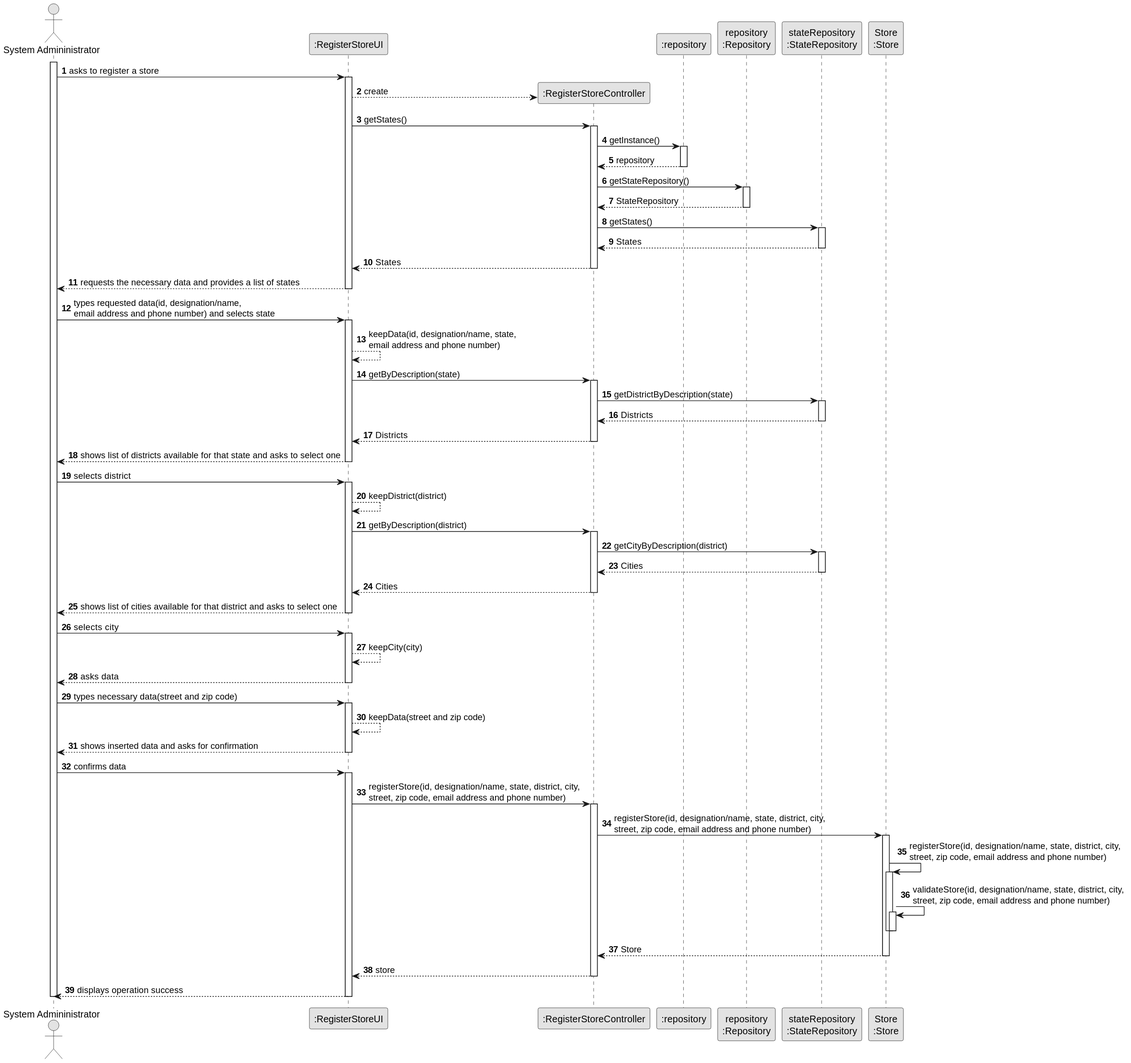
This is docs/sprintB/US05/03.design/svg/us05-sequence-diagram-full.svg from PureNimble/ISEP-LAPR2, a PlantUML export, as it was before one commit.
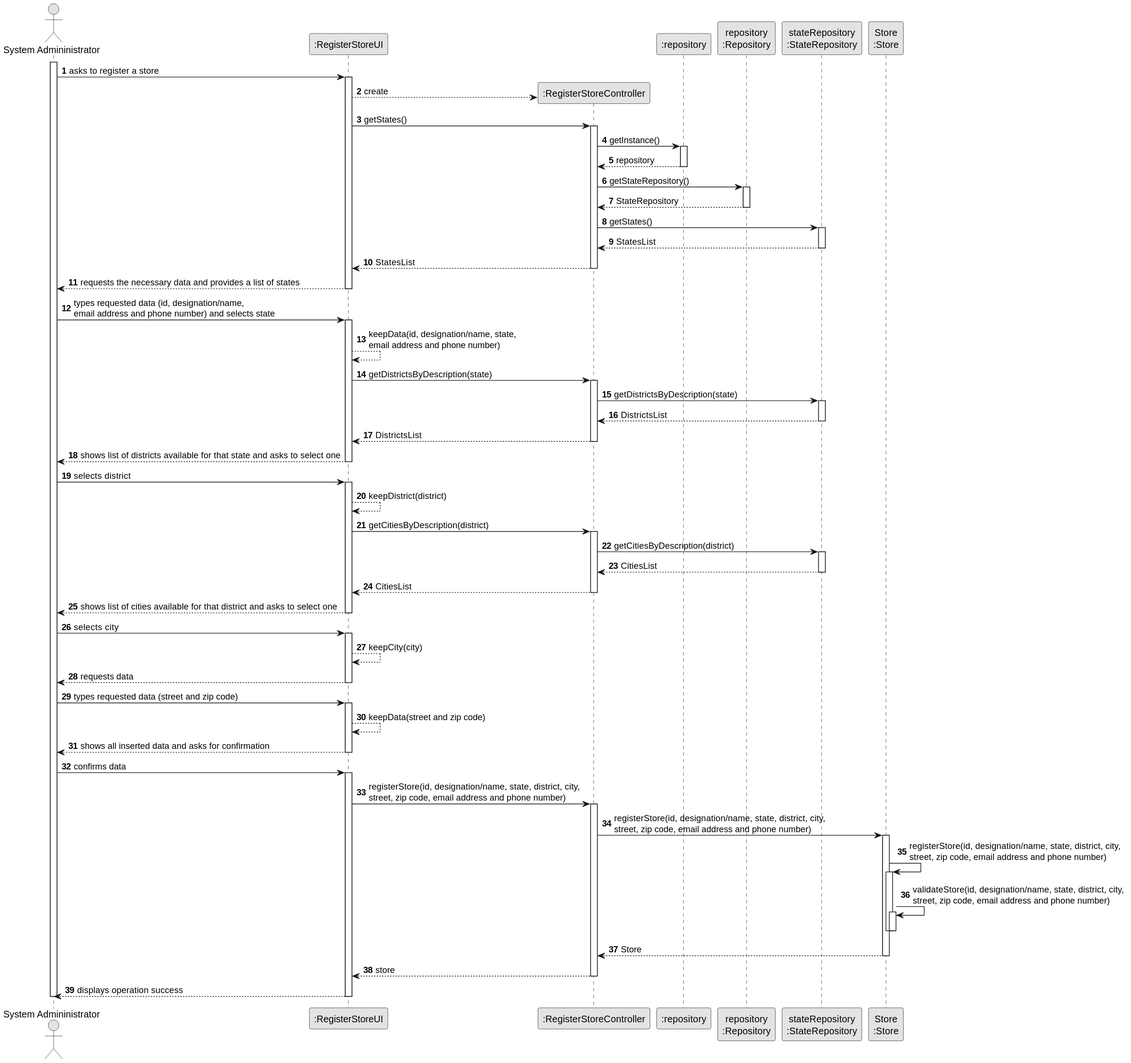
The same file after the commit.

Diff of the diagram source:
```diff
@@ -38,23 +38,23 @@
             deactivate repository
                 RegisterStoreController -> StateRepository : getStates()
                     activate StateRepository
-                        StateRepository --> RegisterStoreController : States
+                        StateRepository --> RegisterStoreController : StatesList
                     deactivate StateRepository
-                RegisterStoreController --> RegisterStoreUI : States
+                RegisterStoreController --> RegisterStoreUI : StatesList
             deactivate RegisterStoreController
             RegisterStoreUI --> Admin : requests the necessary data and provides a list of states
         deactivate RegisterStoreUI
 
-    Admin -> RegisterStoreUI : types requested data(id, designation/name, \nemail address and phone number) and selects state
+    Admin -> RegisterStoreUI : types requested data (id, designation/name, \nemail address and phone number) and selects state
         activate RegisterStoreUI
         RegisterStoreUI --> RegisterStoreUI : keepData(id, designation/name, state, \nemail address and phone number)
-            RegisterStoreUI -> RegisterStoreController : getByDescription(state)
+            RegisterStoreUI -> RegisterStoreController : getDistrictsByDescription(state)
                 activate RegisterStoreController
-                            RegisterStoreController -> StateRepository : getDistrictByDescription(state)
+                            RegisterStoreController -> StateRepository : getDistrictsByDescription(state)
                         activate StateRepository
-                        StateRepository --> RegisterStoreController : Districts
+                        StateRepository --> RegisterStoreController : DistrictsList
                         deactivate StateRepository
-                    RegisterStoreController --> RegisterStoreUI : Districts
+                    RegisterStoreController --> RegisterStoreUI : DistrictsList
                 deactivate RegisterStoreController
             RegisterStoreUI --> Admin : shows list of districts available for that state and asks to select one
         deactivate RegisterStoreUI
@@ -62,27 +62,27 @@
     Admin -> RegisterStoreUI : selects district
         activate RegisterStoreUI
         RegisterStoreUI --> RegisterStoreUI : keepDistrict(district)
-        RegisterStoreUI -> RegisterStoreController : getByDescription(district)
+        RegisterStoreUI -> RegisterStoreController : getCitiesByDescription(district)
             activate RegisterStoreController
-                        RegisterStoreController -> StateRepository : getCityByDescription(district)
+                        RegisterStoreController -> StateRepository : getCitiesByDescription(district)
                         activate StateRepository
 
-                        StateRepository --> RegisterStoreController : Cities
+                        StateRepository --> RegisterStoreController : CitiesList
                         deactivate StateRepository
-                    RegisterStoreController --> RegisterStoreUI : Cities
+                    RegisterStoreController --> RegisterStoreUI : CitiesList
             deactivate RegisterStoreController
             RegisterStoreUI --> Admin : shows list of cities available for that district and asks to select one
         deactivate RegisterStoreUI
     Admin -> RegisterStoreUI : selects city
         activate RegisterStoreUI
         RegisterStoreUI --> RegisterStoreUI : keepCity(city)
-        RegisterStoreUI --> Admin : asks data
+        RegisterStoreUI --> Admin : requests data
     deactivate RegisterStoreUI
-    Admin -> RegisterStoreUI : types necessary data(street and zip code)
+    Admin -> RegisterStoreUI : types requested data (street and zip code)
         activate RegisterStoreUI
         RegisterStoreUI --> RegisterStoreUI : keepData(street and zip code)
 
-        RegisterStoreUI --> Admin : shows inserted data and asks for confirmation
+        RegisterStoreUI --> Admin : shows all inserted data and asks for confirmation
     deactivate RegisterStoreUI
 
     Admin -> RegisterStoreUI : confirms data
@@ -90,7 +90,6 @@
 
         RegisterStoreUI -> RegisterStoreController : registerStore(id, designation/name, state, district, city, \nstreet, zip code, email address and phone number)
         activate RegisterStoreController
-
 
             RegisterStoreController -> Store : registerStore(id, designation/name, state, district, city, \nstreet, zip code, email address and phone number)
 
```
